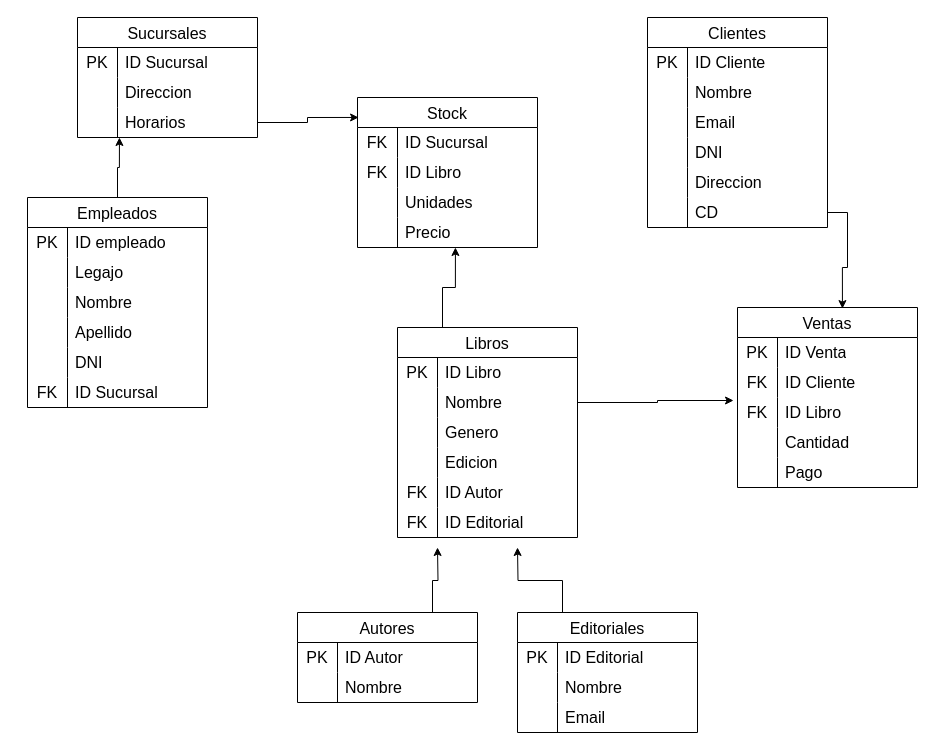
The draw.io diagram Diagrama sin título.drawio in EzequielLST/SQL-Trabajo-final, before the edit. Source tidied: cells renumbered, new cells numbered last; positions are measured from the earlier drawing's top-left corner, leaving out a move shared by most shapes. Both pictures are drawn from the tidied source at 100%, with x=0, y=0 at pixel (27, 17).
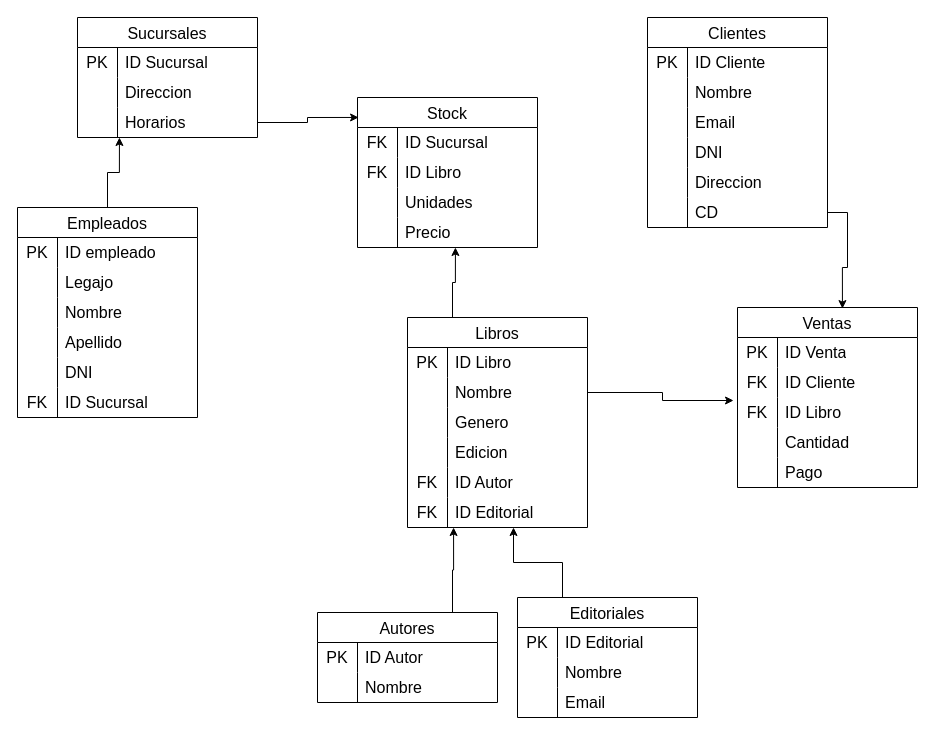
After the change.

Commit message:
Diagrama Base de Datos.drawio

The change refers to these unchanged cells:
```xml
<mxCell id="47" style="shape=tableRow;horizontal=0;startSize=0;swimlaneHead=0;swimlaneBody=0;top=0;left=0;bottom=0;right=0;fillColor=none;points=[[0,0.5],[1,0.5]];portConstraint=eastwest;strokeColor=inherit;fontSize=16;" parent="31" vertex="1">
  <mxGeometry y="180" width="180" height="30" as="geometry" />
</mxCell>
```

Change to the diagram source:
```diff
@@
     <mxCell id="12" value="Empleados" style="shape=table;startSize=30;childLayout=tableLayout;rowLines=0;fontStyle=0;strokeColor=default;fontSize=16;" parent="1" vertex="1">
-      <mxGeometry y="180" width="180" height="210" as="geometry" />
+      <mxGeometry x="-10" y="190" width="180" height="210" as="geometry" />
     </mxCell>
@@
     <mxCell id="31" value="Libros" style="shape=table;startSize=30;childLayout=tableLayout;rowLines=0;fontStyle=0;strokeColor=default;fontSize=16;" parent="1" vertex="1">
-      <mxGeometry x="370" y="310" width="180" height="210" as="geometry" />
+      <mxGeometry x="380" y="300" width="180" height="210" as="geometry" />
     </mxCell>
@@
-    <mxCell id="63" style="edgeStyle=orthogonalEdgeStyle;rounded=0;jettySize=auto;html=1;exitX=0.75;exitY=0;exitDx=0;exitDy=0;" parent="1" edge="1" source="64">
-      <mxGeometry relative="1" as="geometry">
-        <mxPoint x="410" y="530" as="targetPoint" />
-      </mxGeometry>
+    <mxCell id="63" style="edgeStyle=orthogonalEdgeStyle;rounded=0;jettySize=auto;html=1;exitX=0.75;exitY=0;exitDx=0;exitDy=0;entryX=0.256;entryY=1;entryDx=0;entryDy=0;entryPerimeter=0;" parent="1" edge="1" source="64" target="47">
+      <mxGeometry relative="1" as="geometry" />
     </mxCell>
     <mxCell id="64" value="Autores" style="shape=table;startSize=30;childLayout=tableLayout;rowLines=0;fontStyle=0;strokeColor=default;fontSize=16;" parent="1" vertex="1">
-      <mxGeometry x="270" y="595" width="180" height="90" as="geometry" />
+      <mxGeometry x="290" y="595" width="180" height="90" as="geometry" />
     </mxCell>
@@
-    <mxCell id="71" style="edgeStyle=orthogonalEdgeStyle;rounded=0;jettySize=auto;html=1;exitX=0.25;exitY=0;exitDx=0;exitDy=0;" parent="1" edge="1" source="72">
-      <mxGeometry relative="1" as="geometry">
-        <mxPoint x="490" y="530" as="targetPoint" />
-      </mxGeometry>
+    <mxCell id="71" style="edgeStyle=orthogonalEdgeStyle;rounded=0;jettySize=auto;html=1;exitX=0.25;exitY=0;exitDx=0;exitDy=0;entryX=0.589;entryY=1;entryDx=0;entryDy=0;entryPerimeter=0;" parent="1" edge="1" source="72" target="47">
+      <mxGeometry relative="1" as="geometry" />
     </mxCell>
     <mxCell id="72" value="Editoriales" style="shape=table;startSize=30;childLayout=tableLayout;rowLines=0;fontStyle=0;strokeColor=default;fontSize=16;" parent="1" vertex="1">
-      <mxGeometry x="490" y="595" width="180" height="120" as="geometry" />
+      <mxGeometry x="490" y="580" width="180" height="120" as="geometry" />
     </mxCell>
```
